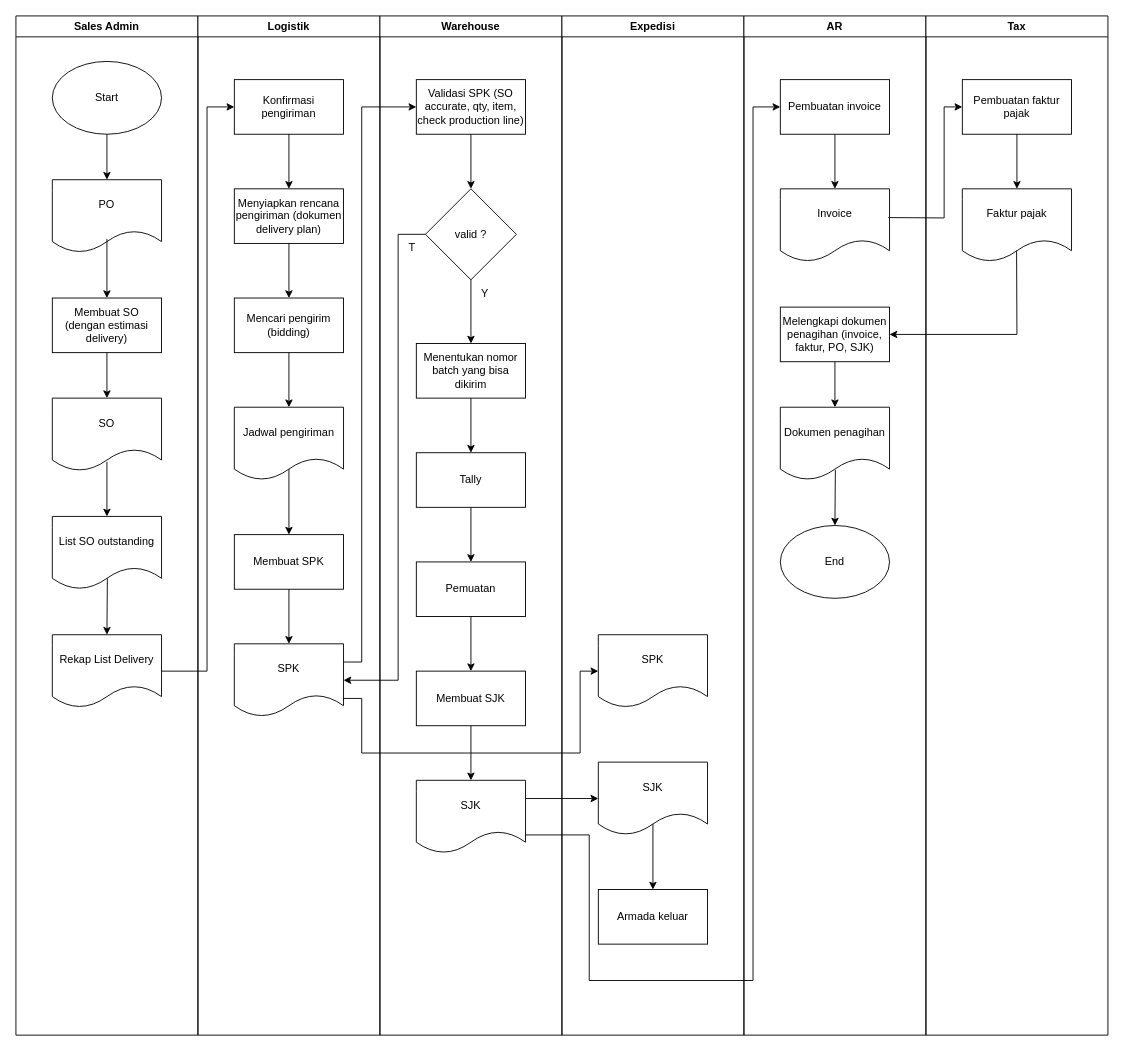
wilhelmus098/pf keeps this draw.io diagram as page "SOP Warehouse (Outbound FG)" (39 of 49) of SOP Aneka.drawio. Above is the earlier version. Source tidied: cells renumbered, new cells numbered last; positions are measured from the earlier drawing's top-left corner, leaving out a move shared by most shapes. Both pictures are drawn from the tidied source at 91%, with x=0, y=0 at pixel (15, 15).
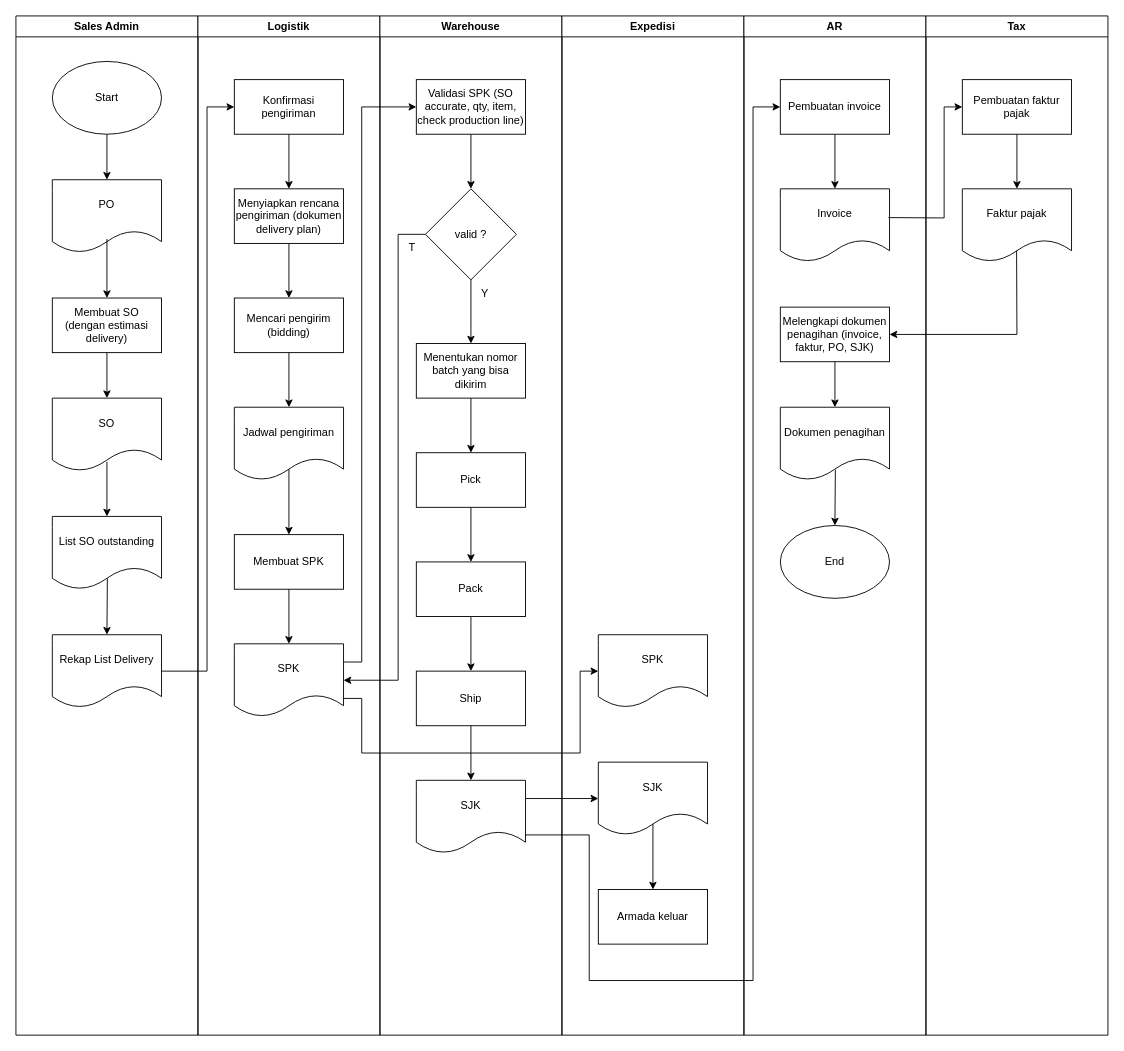
The same page after the edit.

Unchanged cells that the change refers to:
```xml
<mxCell id="26" value="Warehouse" style="swimlane;whiteSpace=wrap;html=1;" parent="1" vertex="1">
  <mxGeometry x="400" width="200" height="1120" as="geometry" />
</mxCell>
```

What changed in the source:
```diff
@@
-    <mxCell id="29" value="Tally" style="rounded=0;whiteSpace=wrap;html=1;" parent="26" vertex="1">
+    <mxCell id="29" value="Pick" style="rounded=0;whiteSpace=wrap;html=1;" parent="26" vertex="1">
       <mxGeometry x="40" y="480" width="120" height="60" as="geometry" />
     </mxCell>
-    <mxCell id="30" value="Pemuatan" style="rounded=0;whiteSpace=wrap;html=1;" parent="26" vertex="1">
+    <mxCell id="30" value="Pack" style="rounded=0;whiteSpace=wrap;html=1;" parent="26" vertex="1">
       <mxGeometry x="40" y="600" width="120" height="60" as="geometry" />
     </mxCell>
-    <mxCell id="31" value="Membuat SJK" style="rounded=0;whiteSpace=wrap;html=1;" parent="26" vertex="1">
+    <mxCell id="31" value="Ship" style="rounded=0;whiteSpace=wrap;html=1;" parent="26" vertex="1">
       <mxGeometry x="40" y="720" width="120" height="60" as="geometry" />
     </mxCell>
```
